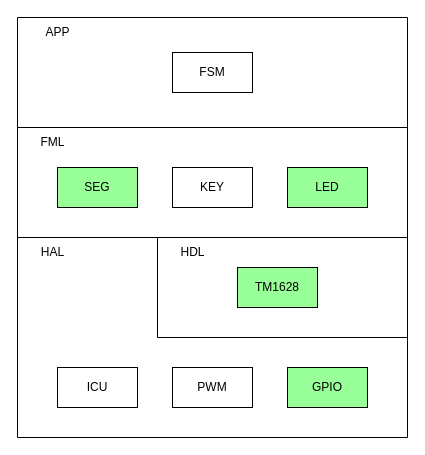
The draw.io diagram Document/软件架构图.drawio in YukimuraChieri/SN8F5703-Frequency-Meter, before the edit. Source tidied: cells renumbered, new cells numbered last; positions are measured from the earlier drawing's top-left corner, leaving out a move shared by most shapes. Both pictures are drawn from the tidied source at 100%, with x=0, y=0 at pixel (17, 17).
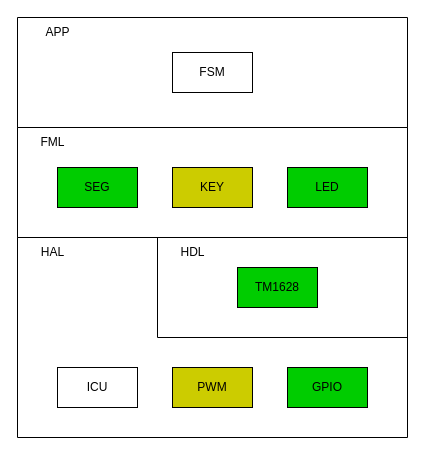
After the change.

Diff of the diagram source:
```diff
@@
 <mxGraphModel>
   <root>
     <mxCell id="0" />
     <mxCell id="1" parent="0" />
     <mxCell id="2" style="swimlane;startSize=0;fillColor=#66B2FF;" parent="1" vertex="1">
       <mxGeometry y="220" width="390" height="200" as="geometry" />
     </mxCell>
     <mxCell id="3" style="swimlane;startSize=0;" parent="2" vertex="1">
       <mxGeometry x="140" width="250" height="100" as="geometry" />
     </mxCell>
     <mxCell id="4" value="HDL" style="text;html=1;align=center;verticalAlign=middle;strokeColor=none;fillColor=none;" parent="3" vertex="1">
       <mxGeometry x="10" width="50" height="30" as="geometry" />
     </mxCell>
-    <mxCell id="5" value="TM1628" style="rounded=0;whiteSpace=wrap;html=1;fillColor=#99FF99;" parent="3" vertex="1">
+    <mxCell id="5" value="TM1628" style="rounded=0;whiteSpace=wrap;html=1;fillColor=#00CC00;" parent="3" vertex="1">
       <mxGeometry x="80" y="30" width="80" height="40" as="geometry" />
     </mxCell>
     <mxCell id="6" value="HAL" style="text;html=1;align=center;verticalAlign=middle;strokeColor=none;fillColor=none;" parent="2" vertex="1">
       <mxGeometry x="10" width="50" height="30" as="geometry" />
     </mxCell>
-    <mxCell id="7" value="GPIO" style="rounded=0;whiteSpace=wrap;html=1;fillColor=#99FF99;" parent="2" vertex="1">
+    <mxCell id="7" value="GPIO" style="rounded=0;whiteSpace=wrap;html=1;fillColor=#00CC00;" parent="2" vertex="1">
       <mxGeometry x="270" y="130" width="80" height="40" as="geometry" />
     </mxCell>
-    <mxCell id="8" value="PWM" style="rounded=0;whiteSpace=wrap;html=1;" parent="2" vertex="1">
+    <mxCell id="8" value="PWM" style="rounded=0;whiteSpace=wrap;html=1;fillColor=#CCCC00;" parent="2" vertex="1">
       <mxGeometry x="155" y="130" width="80" height="40" as="geometry" />
     </mxCell>
     <mxCell id="9" value="ICU" style="rounded=0;whiteSpace=wrap;html=1;" parent="2" vertex="1">
       <mxGeometry x="40" y="130" width="80" height="40" as="geometry" />
     </mxCell>
     <mxCell id="10" style="swimlane;startSize=0;" parent="1" vertex="1">
       <mxGeometry y="110" width="390" height="110" as="geometry" />
     </mxCell>
     <mxCell id="11" value="FML" style="text;html=1;align=center;verticalAlign=middle;strokeColor=none;fillColor=none;" parent="10" vertex="1">
       <mxGeometry x="10" width="50" height="30" as="geometry" />
     </mxCell>
-    <mxCell id="12" value="SEG" style="rounded=0;whiteSpace=wrap;html=1;fillColor=#99FF99;" parent="10" vertex="1">
+    <mxCell id="12" value="SEG" style="rounded=0;whiteSpace=wrap;html=1;fillColor=#00CC00;" parent="10" vertex="1">
       <mxGeometry x="40" y="40" width="80" height="40" as="geometry" />
     </mxCell>
-    <mxCell id="13" value="KEY" style="rounded=0;whiteSpace=wrap;html=1;" parent="10" vertex="1">
+    <mxCell id="13" value="KEY" style="rounded=0;whiteSpace=wrap;html=1;fillColor=#CCCC00;" parent="10" vertex="1">
       <mxGeometry x="155" y="40" width="80" height="40" as="geometry" />
     </mxCell>
-    <mxCell id="14" value="LED" style="rounded=0;whiteSpace=wrap;html=1;fillColor=#99FF99;" parent="10" vertex="1">
+    <mxCell id="14" value="LED" style="rounded=0;whiteSpace=wrap;html=1;fillColor=#00CC00;" parent="10" vertex="1">
       <mxGeometry x="270" y="40" width="80" height="40" as="geometry" />
     </mxCell>
     <mxCell id="15" style="swimlane;startSize=0;" parent="1" vertex="1">
       <mxGeometry width="390" height="110" as="geometry" />
     </mxCell>
     <mxCell id="16" value="APP" style="text;html=1;align=center;verticalAlign=middle;strokeColor=none;fillColor=none;" parent="15" vertex="1">
       <mxGeometry x="15" width="50" height="30" as="geometry" />
     </mxCell>
     <mxCell id="17" value="FSM" style="rounded=0;whiteSpace=wrap;html=1;" parent="15" vertex="1">
       <mxGeometry x="155" y="35" width="80" height="40" as="geometry" />
     </mxCell>
   </root>
 </mxGraphModel>
```
